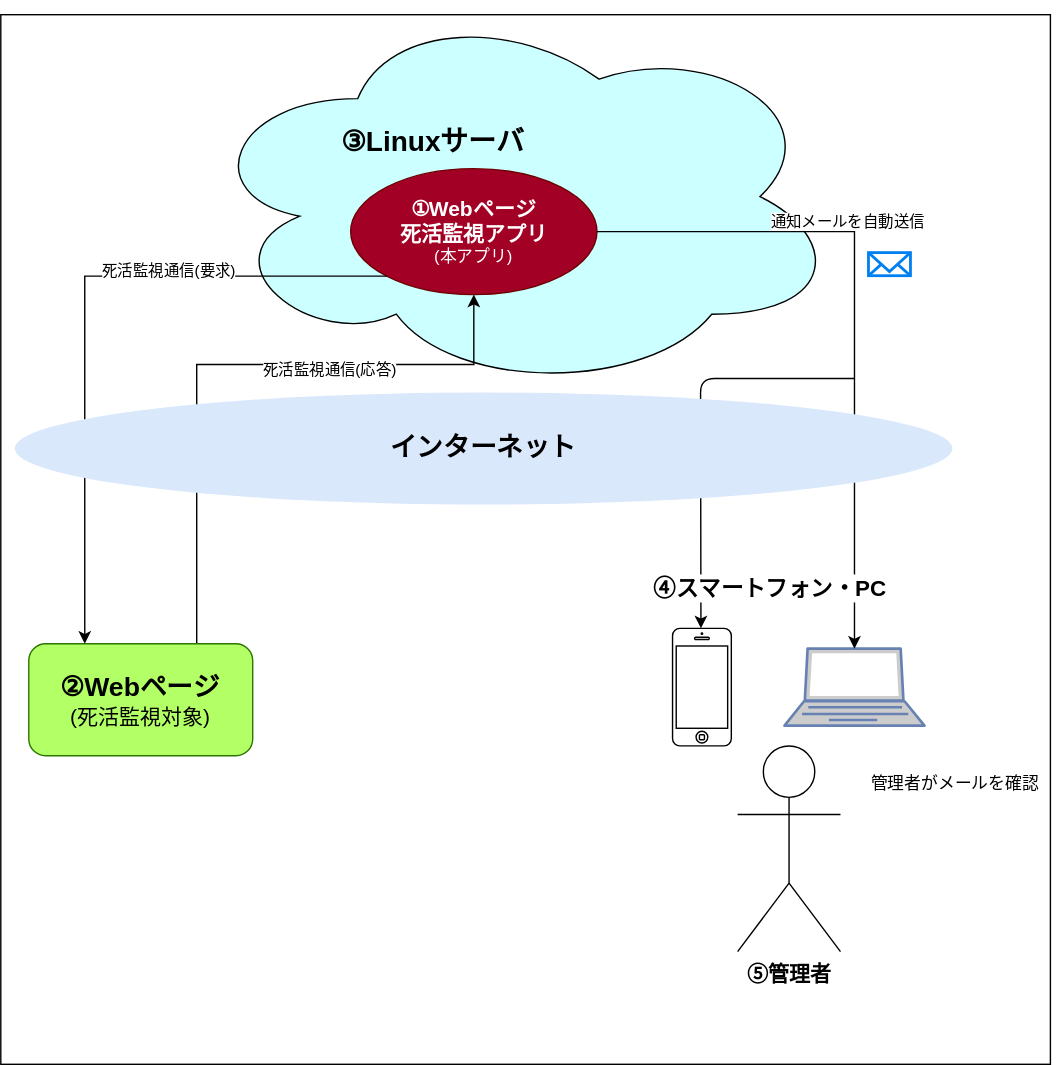
Pulsar1722/ab_alive_monitoring_app keeps this draw.io diagram as README_img/systemConfiguration.dio.svg. Above is the earlier version. Source tidied: cells renumbered, new cells last; positions are measured from the earlier drawing's top-left corner, leaving out a move shared by most shapes.
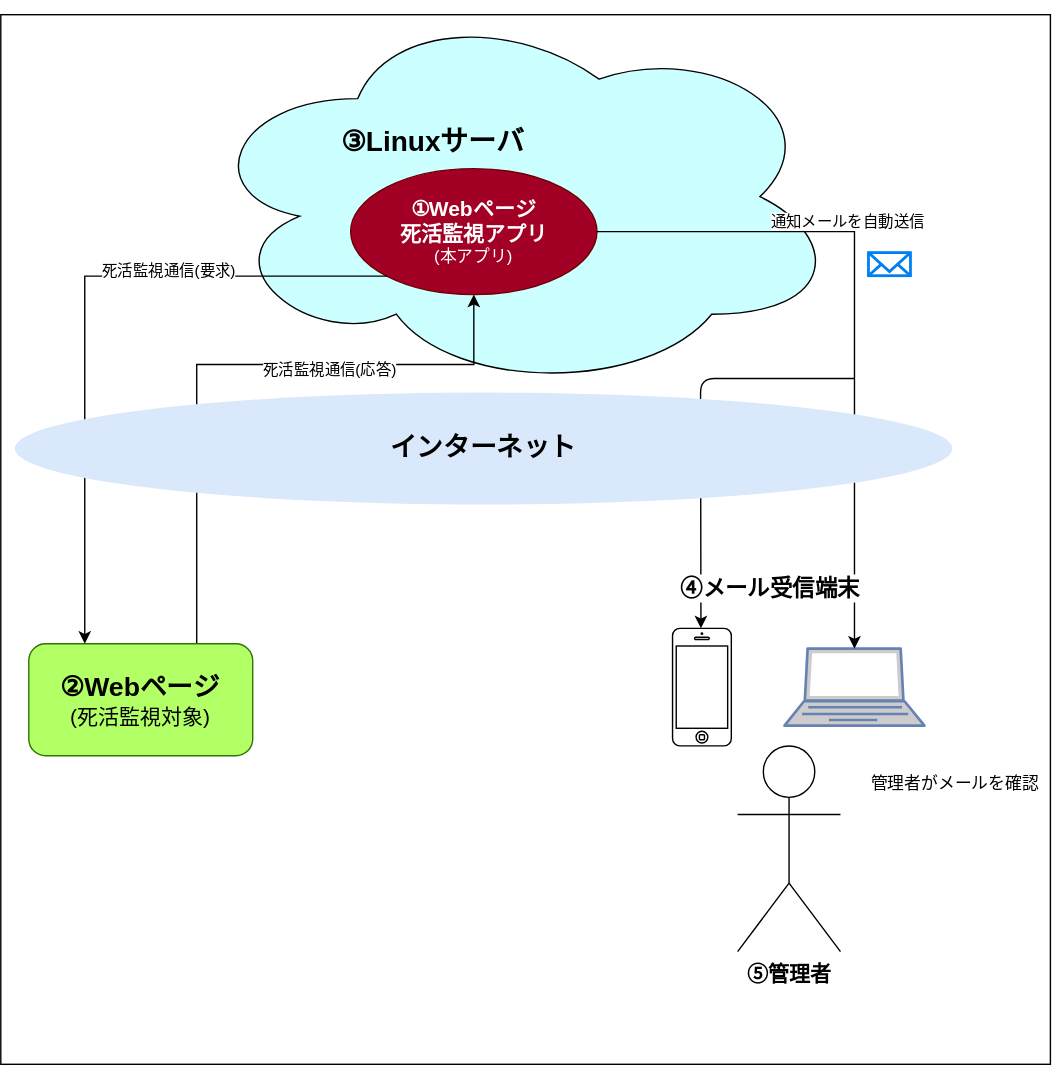
Later version of the same file.

The edit, as a diff of the source:
```diff
@@ -72,7 +72,7 @@
         <mxPoint x="-3" y="-115" as="offset" />
       </mxGeometry>
     </mxCell>
-    <mxCell id="20" value="&lt;b&gt;&lt;font style=&quot;font-size: 16px&quot;&gt;④スマートフォン・PC&lt;/font&gt;&lt;/b&gt;" style="text;html=1;strokeColor=none;align=center;verticalAlign=middle;whiteSpace=wrap;rounded=0;fillColor=#ffffff;" parent="1" vertex="1">
+    <mxCell id="20" value="&lt;b&gt;&lt;font style=&quot;font-size: 16px&quot;&gt;④メール受信端末&lt;/font&gt;&lt;/b&gt;" style="text;html=1;strokeColor=none;align=center;verticalAlign=middle;whiteSpace=wrap;rounded=0;fillColor=#ffffff;" parent="1" vertex="1">
       <mxGeometry x="450" y="410" width="200" height="20" as="geometry" />
     </mxCell>
     <mxCell id="21" value="&lt;font style=&quot;font-size: 19px&quot;&gt;&lt;b&gt;インターネット&lt;/b&gt;&lt;/font&gt;" style="ellipse;whiteSpace=wrap;html=1;fillColor=#dae8fc;strokeColor=none;" parent="1" vertex="1">
```
